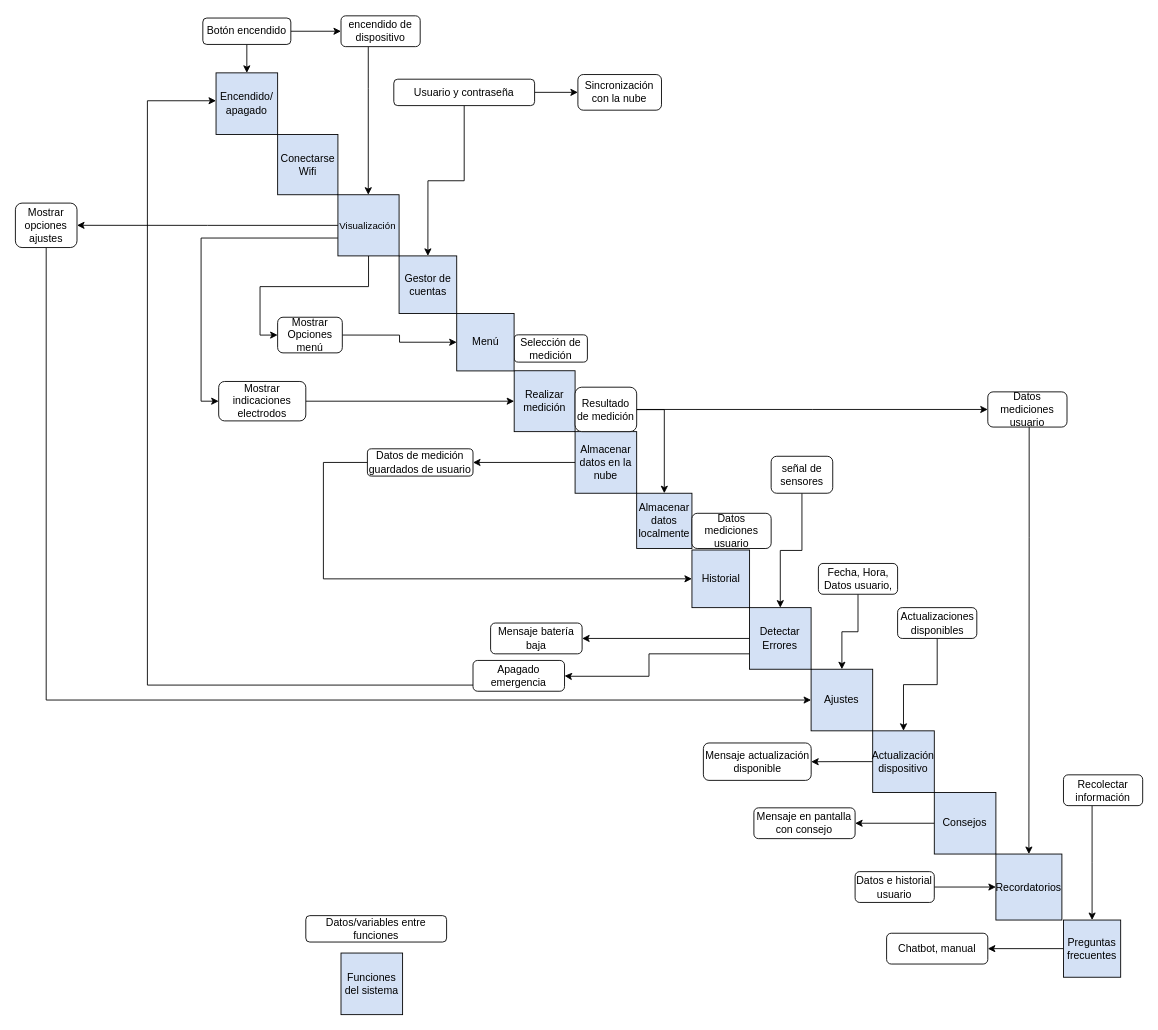
Angeloib98/BIATRONIC keeps this draw.io diagram as segunda_fase/Arquitecturas de software/Diagrama de InterfacesN2Chart.drawio. Above is the earlier version. Source tidied: cells renumbered, new cells numbered last; positions are measured from the earlier drawing's top-left corner, leaving out a move shared by most shapes. Both pictures are drawn from the tidied source at 88%, with x=0, y=0 at pixel (15, 16).
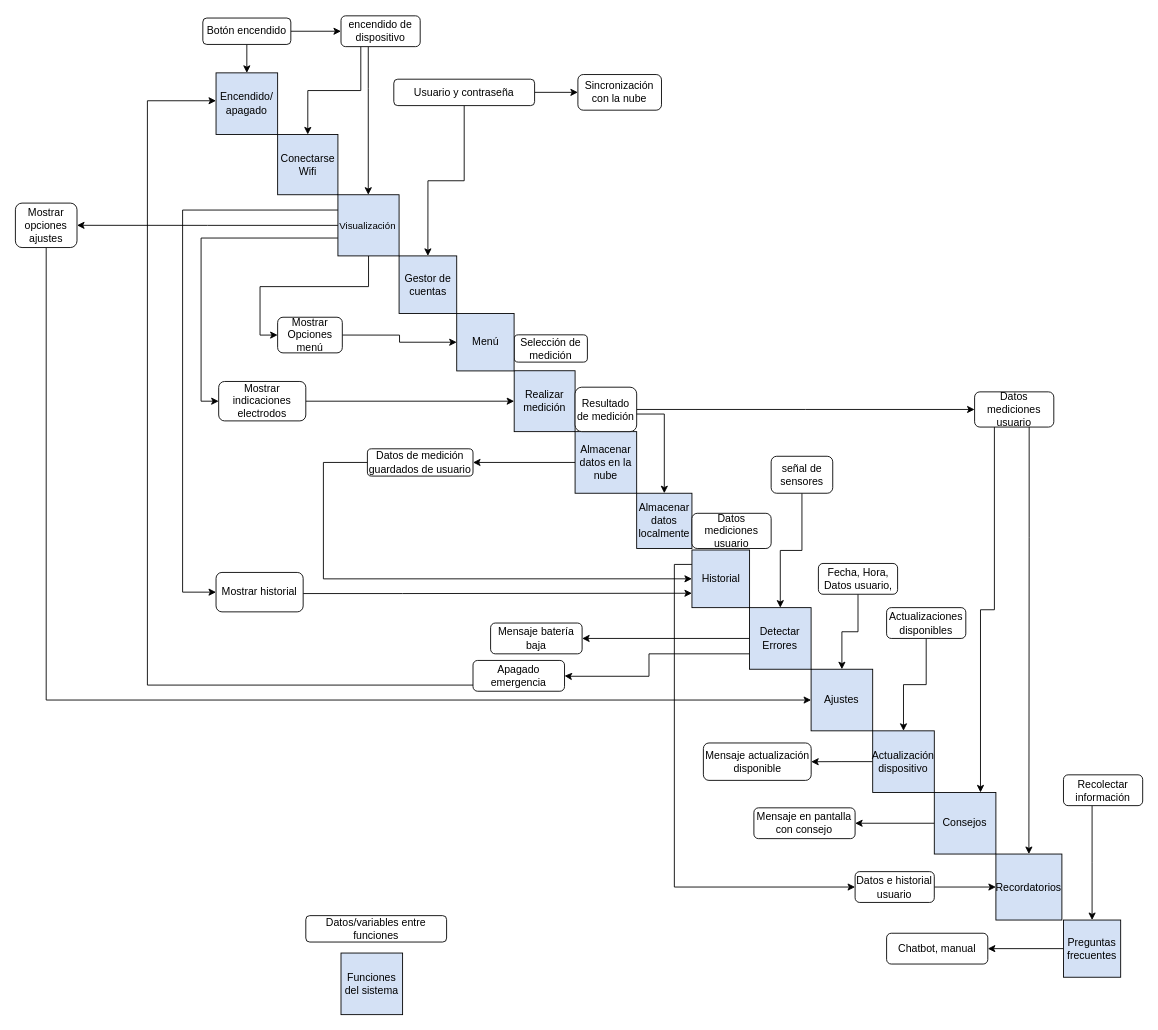
Above is the later version.

Unchanged cells that the change refers to:
```xml
<mxCell id="11" value="Consejos" style="whiteSpace=wrap;html=1;fillColor=#D4E1F5;" parent="1" vertex="1">
  <mxGeometry x="1044.2" y="882" width="70" height="70" as="geometry" />
</mxCell>
<mxCell id="35" value="Datos e historial usuario" style="rounded=1;whiteSpace=wrap;html=1;" parent="1" vertex="1">
  <mxGeometry x="954.2" y="972" width="90" height="35" as="geometry" />
</mxCell>
<mxCell id="46" value="Conectarse Wifi" style="whiteSpace=wrap;html=1;fillColor=#D4E1F5;" parent="1" vertex="1">
  <mxGeometry x="298" y="134.3" width="68.5" height="68.5" as="geometry" />
</mxCell>
<mxCell id="49" value="encendido de dispositivo" style="rounded=1;whiteSpace=wrap;html=1;" parent="1" vertex="1">
  <mxGeometry x="370" y="-0.5" width="90" height="35" as="geometry" />
</mxCell>
<mxCell id="52" value="Historial" style="whiteSpace=wrap;html=1;fillColor=#D4E1F5;" parent="1" vertex="1">
  <mxGeometry x="768.8" y="606.5" width="65.5" height="65.5" as="geometry" />
</mxCell>
<mxCell id="53" value="Almacenar datos localmente" style="whiteSpace=wrap;html=1;fillColor=#D4E1F5;" parent="1" vertex="1">
  <mxGeometry x="706" y="542" width="62.8" height="62.8" as="geometry" />
</mxCell>
<mxCell id="58" value="&lt;font style=&quot;font-size: 11px&quot;&gt;Visualización&amp;nbsp;&lt;/font&gt;" style="whiteSpace=wrap;html=1;fillColor=#D4E1F5;" parent="1" vertex="1">
  <mxGeometry x="366.5" y="202.8" width="69.5" height="69.5" as="geometry" />
</mxCell>
```

Diff of the diagram source:
```diff
@@
     <mxCell id="21" style="edgeStyle=orthogonalEdgeStyle;rounded=0;jettySize=auto;html=1;entryX=0.5;entryY=0;entryDx=0;entryDy=0;fontSize=11;" parent="1" edge="1" target="53">
       <mxGeometry relative="1" as="geometry">
         <mxPoint x="700" y="447" as="sourcePoint" />
         <Array as="points">
-          <mxPoint x="737" y="447" />
+          <mxPoint x="700" y="452" />
+          <mxPoint x="737" y="452" />
         </Array>
       </mxGeometry>
     </mxCell>
@@
+    <mxCell id="68" style="edgeStyle=orthogonalEdgeStyle;rounded=0;jettySize=auto;html=1;exitX=0.25;exitY=1;exitDx=0;exitDy=0;entryX=0.5;entryY=0;entryDx=0;entryDy=0;fontSize=11;" parent="1" edge="1" source="49" target="46">
+      <mxGeometry relative="1" as="geometry" />
+    </mxCell>
@@
+    <mxCell id="69" style="edgeStyle=orthogonalEdgeStyle;rounded=0;jettySize=auto;html=1;exitX=0;exitY=0.25;exitDx=0;exitDy=0;entryX=0;entryY=0.5;entryDx=0;entryDy=0;fontSize=11;" parent="1" edge="1" source="52" target="35">
+      <mxGeometry relative="1" as="geometry" />
+    </mxCell>
@@
+    <mxCell id="70" style="edgeStyle=orthogonalEdgeStyle;rounded=0;jettySize=auto;html=1;exitX=0;exitY=0.25;exitDx=0;exitDy=0;entryX=0;entryY=0.5;entryDx=0;entryDy=0;fontSize=11;" parent="1" edge="1" source="58" target="73">
+      <mxGeometry relative="1" as="geometry">
+        <Array as="points">
+          <mxPoint x="190" y="220" />
+          <mxPoint x="190" y="654" />
+        </Array>
+      </mxGeometry>
+    </mxCell>
@@
     <mxCell id="64" value="Actualizaciones disponibles" style="rounded=1;whiteSpace=wrap;html=1;" parent="1" vertex="1">
-      <mxGeometry x="1002.5" y="672" width="90" height="35" as="geometry" />
+      <mxGeometry x="990" y="672" width="90" height="35" as="geometry" />
     </mxCell>
@@
+    <mxCell id="71" style="edgeStyle=orthogonalEdgeStyle;rounded=0;jettySize=auto;html=1;exitX=0.25;exitY=1;exitDx=0;exitDy=0;entryX=0.75;entryY=0;entryDx=0;entryDy=0;fontSize=11;" parent="1" edge="1" source="67" target="11">
+      <mxGeometry relative="1" as="geometry" />
+    </mxCell>
     <mxCell id="67" value="Datos mediciones usuario" style="rounded=1;whiteSpace=wrap;html=1;" parent="1" vertex="1">
-      <mxGeometry x="1105" y="426.8" width="90" height="40" as="geometry" />
+      <mxGeometry x="1090" y="426.8" width="90" height="40" as="geometry" />
     </mxCell>
+    <mxCell id="72" style="edgeStyle=orthogonalEdgeStyle;rounded=0;jettySize=auto;html=1;entryX=0;entryY=0.75;entryDx=0;entryDy=0;fontSize=11;" parent="1" edge="1" source="73" target="52">
+      <mxGeometry relative="1" as="geometry">
+        <Array as="points">
+          <mxPoint x="440" y="656" />
+          <mxPoint x="440" y="656" />
+        </Array>
+      </mxGeometry>
+    </mxCell>
+    <mxCell id="73" value="Mostrar historial" style="rounded=1;whiteSpace=wrap;html=1;" parent="1" vertex="1">
+      <mxGeometry x="228" y="632" width="99" height="44.8" as="geometry" />
+    </mxCell>
```
